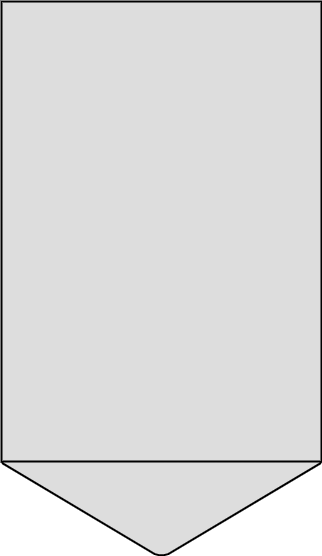
The draw.io diagram src/assets/images/tank.png in janzeg/mini-scada-frontend, before a commit. Source tidied: cells renumbered, new cells last; positions are measured from the earlier drawing's top-left corner, leaving out a move shared by most shapes.
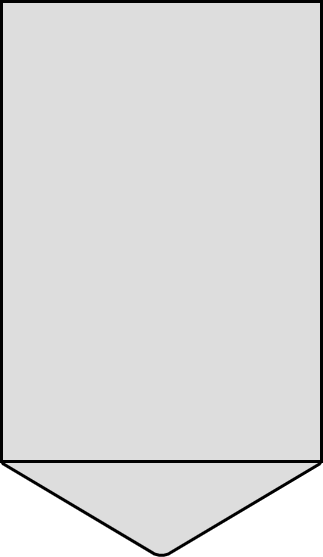
After the commit.

Change to the diagram source:
```diff
@@ -2,10 +2,10 @@
   <root>
     <mxCell id="0" />
     <mxCell id="1" parent="0" />
-    <mxCell id="2" style="strokeWidth=2;html=1;shape=mxgraph.flowchart.merge_or_storage;whiteSpace=wrap;fillColor=#DDDDDD;" parent="1" vertex="1">
+    <mxCell id="2" style="strokeWidth=3;html=1;shape=mxgraph.flowchart.merge_or_storage;whiteSpace=wrap;fillColor=#DDDDDD;" parent="1" vertex="1">
       <mxGeometry y="454" width="320" height="100" as="geometry" />
     </mxCell>
-    <mxCell id="3" style="rounded=0;whiteSpace=wrap;html=1;strokeWidth=2;fillColor=#DDDDDD;" parent="1" vertex="1">
+    <mxCell id="3" style="rounded=0;whiteSpace=wrap;html=1;strokeWidth=3;fillColor=#DDDDDD;" parent="1" vertex="1">
       <mxGeometry width="320" height="460" as="geometry" />
     </mxCell>
   </root>
```
